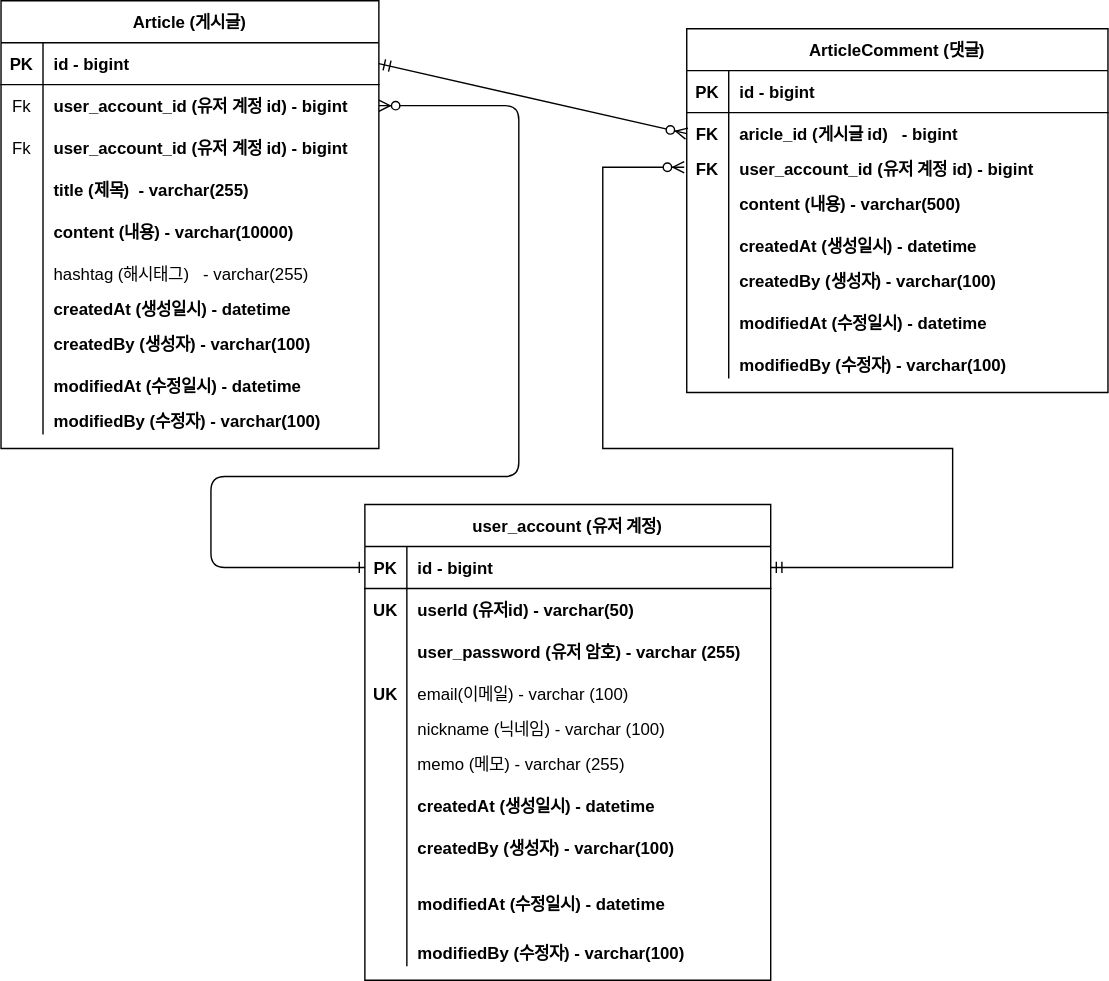
The draw.io diagram document/board-erd.drawio.svg in i5046821854/board, before a commit. Source tidied: cells renumbered, new cells last; positions are measured from the earlier drawing's top-left corner, leaving out a move shared by most shapes.
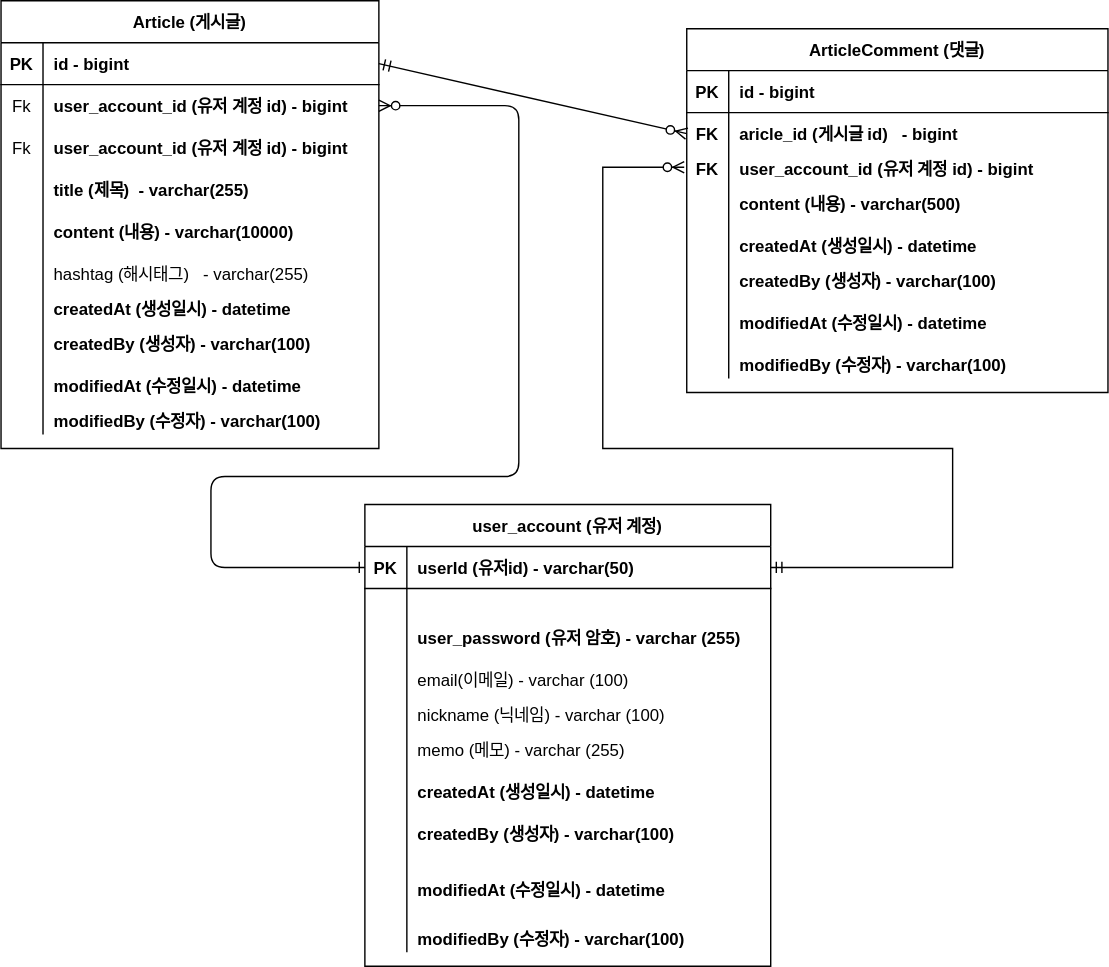
After the change.

Commit message:
#39 - erd 업데이트 / user_account의 pk를 String의 유저 id로 변경

What changed in the source:
```diff
@@ -184,7 +184,7 @@
       <mxGeometry relative="1" as="geometry" />
     </mxCell>
     <mxCell id="60" value="user_account (유저 계정)" style="shape=table;startSize=30;rowLines=0;fontStyle=1;align=center;" parent="1" vertex="1">
-      <mxGeometry x="260" y="360" width="290" height="340" as="geometry" />
+      <mxGeometry x="260" y="360" width="290" height="330" as="geometry" />
     </mxCell>
     <mxCell id="61" style="shape=partialRectangle;fillColor=none;points=[[0,0.5],[1,0.5]];portConstraint=eastwest;top=0;left=0;right=0;bottom=1;" parent="60" vertex="1">
       <mxGeometry y="30" width="290" height="30" as="geometry" />
@@ -192,20 +192,20 @@
     <mxCell id="62" value="PK" style="shape=partialRectangle;overflow=hidden;fillColor=none;top=0;left=0;bottom=0;right=0;fontStyle=1;" parent="61" vertex="1">
       <mxGeometry width="30" height="30" as="geometry" />
     </mxCell>
-    <mxCell id="63" value="id - bigint" style="shape=partialRectangle;overflow=hidden;fillColor=none;top=0;left=0;bottom=0;right=0;align=left;spacingLeft=6;fontStyle=1;" parent="61" vertex="1">
+    <mxCell id="63" value="userId (유저id) - varchar(50)" style="shape=partialRectangle;overflow=hidden;fillColor=none;top=0;left=0;bottom=0;right=0;align=left;spacingLeft=6;fontStyle=1;" parent="61" vertex="1">
       <mxGeometry x="30" width="260" height="30" as="geometry" />
     </mxCell>
     <mxCell id="64" style="shape=partialRectangle;fillColor=none;top=0;left=0;right=0;bottom=0;" parent="60" vertex="1">
-      <mxGeometry y="60" width="290" height="30" as="geometry" />
+      <mxGeometry y="60" width="290" height="20" as="geometry" />
     </mxCell>
-    <mxCell id="65" value="UK" style="shape=partialRectangle;overflow=hidden;fillColor=none;top=0;left=0;bottom=0;right=0;fontStyle=1;" parent="64" vertex="1">
-      <mxGeometry width="30" height="30" as="geometry" />
+    <mxCell id="65" style="shape=partialRectangle;overflow=hidden;fillColor=none;top=0;left=0;bottom=0;right=0;fontStyle=1;" parent="64" vertex="1">
+      <mxGeometry width="30" height="20" as="geometry" />
     </mxCell>
-    <mxCell id="66" value="userId (유저id) - varchar(50)" style="shape=partialRectangle;overflow=hidden;fillColor=none;top=0;left=0;bottom=0;right=0;align=left;spacingLeft=6;fontStyle=1;" parent="64" vertex="1">
-      <mxGeometry x="30" width="260" height="30" as="geometry" />
+    <mxCell id="66" style="shape=partialRectangle;overflow=hidden;fillColor=none;top=0;left=0;bottom=0;right=0;align=left;spacingLeft=6;fontStyle=1;" parent="64" vertex="1">
+      <mxGeometry x="30" width="260" height="20" as="geometry" />
     </mxCell>
     <mxCell id="67" style="shape=partialRectangle;fillColor=none;top=0;left=0;right=0;bottom=0;" parent="60" vertex="1">
-      <mxGeometry y="90" width="290" height="30" as="geometry" />
+      <mxGeometry y="80" width="290" height="30" as="geometry" />
     </mxCell>
     <mxCell id="68" style="shape=partialRectangle;overflow=hidden;fillColor=none;top=0;left=0;bottom=0;right=0;" parent="67" vertex="1">
       <mxGeometry width="30" height="30" as="geometry" />
@@ -214,16 +214,16 @@
       <mxGeometry x="30" width="260" height="30" as="geometry" />
     </mxCell>
     <mxCell id="70" style="shape=partialRectangle;fillColor=none;top=0;left=0;right=0;bottom=0;" parent="60" vertex="1">
-      <mxGeometry y="120" width="290" height="30" as="geometry" />
+      <mxGeometry y="110" width="290" height="30" as="geometry" />
     </mxCell>
-    <mxCell id="71" value="UK" style="shape=partialRectangle;overflow=hidden;fillColor=none;top=0;left=0;bottom=0;right=0;fontStyle=1;" parent="70" vertex="1">
+    <mxCell id="71" style="shape=partialRectangle;overflow=hidden;fillColor=none;top=0;left=0;bottom=0;right=0;fontStyle=1;" parent="70" vertex="1">
       <mxGeometry width="30" height="30" as="geometry" />
     </mxCell>
     <mxCell id="72" value="email(이메일) - varchar (100)" style="shape=partialRectangle;overflow=hidden;fillColor=none;top=0;left=0;bottom=0;right=0;align=left;spacingLeft=6;fontStyle=0;" parent="70" vertex="1">
       <mxGeometry x="30" width="260" height="30" as="geometry" />
     </mxCell>
     <mxCell id="73" style="shape=partialRectangle;fillColor=none;top=0;left=0;right=0;bottom=0;" parent="60" vertex="1">
-      <mxGeometry y="150" width="290" height="20" as="geometry" />
+      <mxGeometry y="140" width="290" height="20" as="geometry" />
     </mxCell>
     <mxCell id="74" style="shape=partialRectangle;overflow=hidden;fillColor=none;top=0;left=0;bottom=0;right=0;" parent="73" vertex="1">
       <mxGeometry width="30" height="20" as="geometry" />
@@ -232,7 +232,7 @@
       <mxGeometry x="30" width="260" height="20" as="geometry" />
     </mxCell>
     <mxCell id="76" style="shape=partialRectangle;fillColor=none;top=0;left=0;right=0;bottom=0;" parent="60" vertex="1">
-      <mxGeometry y="170" width="290" height="30" as="geometry" />
+      <mxGeometry y="160" width="290" height="30" as="geometry" />
     </mxCell>
     <mxCell id="77" style="shape=partialRectangle;overflow=hidden;fillColor=none;top=0;left=0;bottom=0;right=0;" parent="76" vertex="1">
       <mxGeometry width="30" height="30" as="geometry" />
@@ -241,7 +241,7 @@
       <mxGeometry x="30" width="260" height="30" as="geometry" />
     </mxCell>
     <mxCell id="79" style="shape=partialRectangle;fillColor=none;top=0;left=0;right=0;bottom=0;" parent="60" vertex="1">
-      <mxGeometry y="200" width="290" height="30" as="geometry" />
+      <mxGeometry y="190" width="290" height="30" as="geometry" />
     </mxCell>
     <mxCell id="80" value="            " style="shape=partialRectangle;overflow=hidden;fillColor=none;top=0;left=0;bottom=0;right=0;" parent="79" vertex="1">
       <mxGeometry width="30" height="30" as="geometry" />
@@ -250,7 +250,7 @@
       <mxGeometry x="30" width="260" height="30" as="geometry" />
     </mxCell>
     <mxCell id="82" style="shape=partialRectangle;fillColor=none;top=0;left=0;right=0;bottom=0;" parent="60" vertex="1">
-      <mxGeometry y="230" width="290" height="30" as="geometry" />
+      <mxGeometry y="220" width="290" height="30" as="geometry" />
     </mxCell>
     <mxCell id="83" value="            " style="shape=partialRectangle;overflow=hidden;fillColor=none;top=0;left=0;bottom=0;right=0;" parent="82" vertex="1">
       <mxGeometry width="30" height="30" as="geometry" />
@@ -259,7 +259,7 @@
       <mxGeometry x="30" width="260" height="30" as="geometry" />
     </mxCell>
     <mxCell id="85" style="shape=partialRectangle;fillColor=none;top=0;left=0;right=0;bottom=0;" parent="60" vertex="1">
-      <mxGeometry y="260" width="290" height="50" as="geometry" />
+      <mxGeometry y="250" width="290" height="50" as="geometry" />
     </mxCell>
     <mxCell id="86" value="            " style="shape=partialRectangle;overflow=hidden;fillColor=none;top=0;left=0;bottom=0;right=0;" parent="85" vertex="1">
       <mxGeometry width="30" height="50" as="geometry" />
@@ -268,7 +268,7 @@
       <mxGeometry x="30" width="260" height="50" as="geometry" />
     </mxCell>
     <mxCell id="88" style="shape=partialRectangle;fillColor=none;top=0;left=0;right=0;bottom=0;" parent="60" vertex="1">
-      <mxGeometry y="310" width="290" height="20" as="geometry" />
+      <mxGeometry y="300" width="290" height="20" as="geometry" />
     </mxCell>
     <mxCell id="89" value="            " style="shape=partialRectangle;overflow=hidden;fillColor=none;top=0;left=0;bottom=0;right=0;" parent="88" vertex="1">
       <mxGeometry width="30" height="20" as="geometry" />
```
